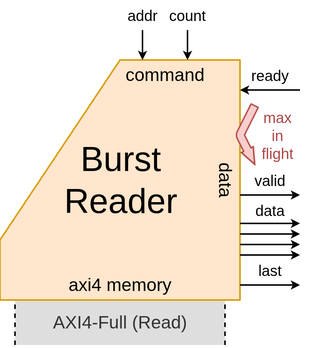
Before: img/burst_reader.png, a diagram exported from draw.io (pc2/sus-xrt). Source tidied: cells renumbered, new cells last; positions are measured from the earlier drawing's top-left corner, leaving out a move shared by most shapes.
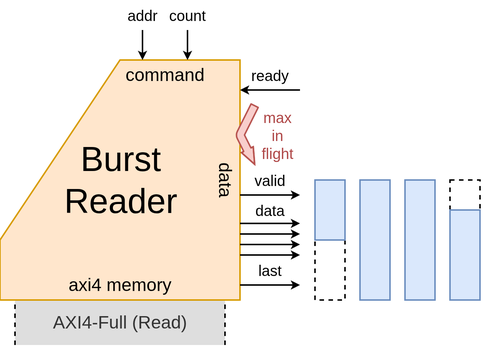
After the commit.

Diff of the diagram source:
```diff
@@ -104,5 +104,29 @@
     <mxCell id="25" value="max&lt;div&gt;in&lt;/div&gt;&lt;div&gt;flight&lt;/div&gt;" style="text;html=1;whiteSpace=wrap;strokeColor=none;fillColor=none;align=center;verticalAlign=middle;rounded=0;fontSize=10;fontColor=#AF4747;" parent="1" vertex="1">
       <mxGeometry x="170" y="70" width="30" height="40" as="geometry" />
     </mxCell>
+    <mxCell id="26" style="rounded=0;whiteSpace=wrap;html=1;dashed=1;" parent="1" vertex="1">
+      <mxGeometry x="210" y="120" width="20" height="80" as="geometry" />
+    </mxCell>
+    <mxCell id="27" style="rounded=0;whiteSpace=wrap;html=1;fillColor=#dae8fc;strokeColor=#6c8ebf;" parent="1" vertex="1">
+      <mxGeometry x="210" y="120" width="20" height="40" as="geometry" />
+    </mxCell>
+    <mxCell id="28" style="rounded=0;whiteSpace=wrap;html=1;dashed=1;" parent="1" vertex="1">
+      <mxGeometry x="240" y="120" width="20" height="80" as="geometry" />
+    </mxCell>
+    <mxCell id="29" style="rounded=0;whiteSpace=wrap;html=1;fillColor=#dae8fc;strokeColor=#6c8ebf;" parent="1" vertex="1">
+      <mxGeometry x="240" y="120" width="20" height="80" as="geometry" />
+    </mxCell>
+    <mxCell id="30" style="rounded=0;whiteSpace=wrap;html=1;dashed=1;" parent="1" vertex="1">
+      <mxGeometry x="270" y="120" width="20" height="80" as="geometry" />
+    </mxCell>
+    <mxCell id="31" style="rounded=0;whiteSpace=wrap;html=1;fillColor=#dae8fc;strokeColor=#6c8ebf;" parent="1" vertex="1">
+      <mxGeometry x="270" y="120" width="20" height="80" as="geometry" />
+    </mxCell>
+    <mxCell id="32" style="rounded=0;whiteSpace=wrap;html=1;dashed=1;" parent="1" vertex="1">
+      <mxGeometry x="300" y="120" width="20" height="80" as="geometry" />
+    </mxCell>
+    <mxCell id="33" style="rounded=0;whiteSpace=wrap;html=1;fillColor=#dae8fc;strokeColor=#6c8ebf;" parent="1" vertex="1">
+      <mxGeometry x="300" y="140" width="20" height="60" as="geometry" />
+    </mxCell>
   </root>
 </mxGraphModel>
```
